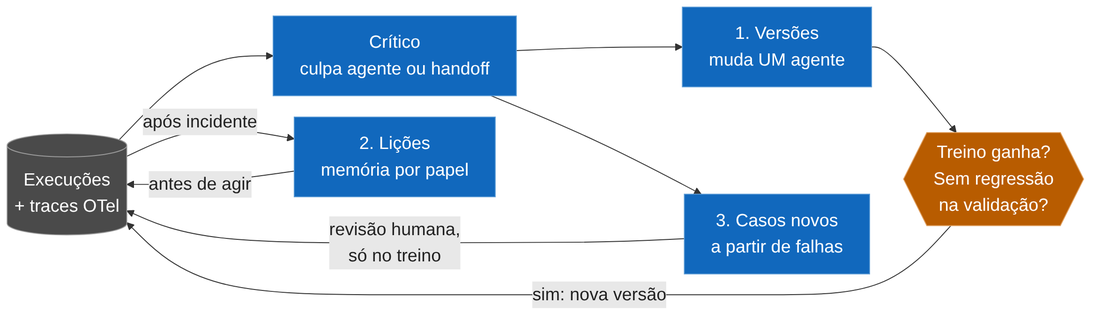
Above: projects/course-02-agentic-ai/presentation/diagrams/loops.png in joaoptpsa/gen-ai-course (Mermaid), before the change. Its source is kept beside it as projects/course-02-agentic-ai/presentation/diagrams/loops.mmd.
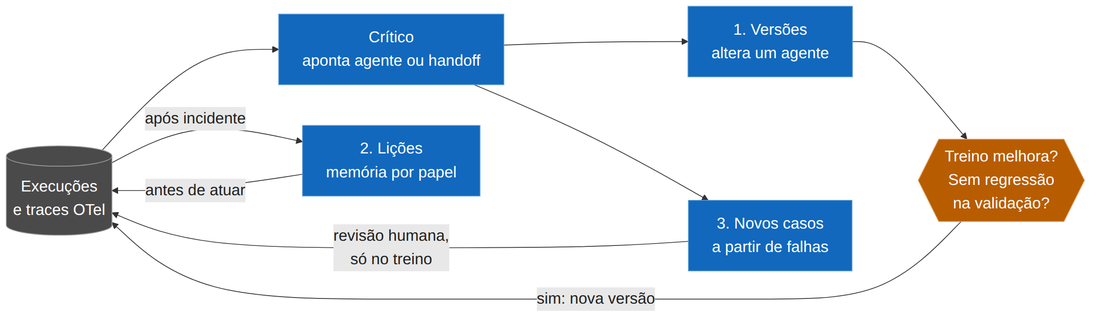
After the change.

What changed in the source:
```diff
@@ -10,23 +10,23 @@
     primaryTextColor: "#222222"
   flowchart:
     wrappingWidth: 260
-    nodeSpacing: 24
-    rankSpacing: 36
+    nodeSpacing: 52
+    rankSpacing: 84
 ---
 flowchart LR
-  runs[("Execuções<br/>+ traces OTel")]
-  critic["Crítico<br/>culpa agente ou handoff"]
-  versions["1. Versões<br/>muda UM agente"]
+  runs[("Execuções<br/>e traces OTel")]
+  critic["Crítico<br/>aponta agente ou handoff"]
+  versions["1. Versões<br/>altera um agente"]
   lessons["2. Lições<br/>memória por papel"]
-  cases["3. Casos novos<br/>a partir de falhas"]
-  gate{{"Treino ganha?<br/>Sem regressão<br/>na validação?"}}
+  cases["3. Novos casos<br/>a partir de falhas"]
+  gate{{"Treino melhora?<br/>Sem regressão<br/>na validação?"}}
 
   runs --> critic
   critic --> versions
   versions --> gate
   gate -->|"sim: nova versão"| runs
   runs -->|"após incidente"| lessons
-  lessons -->|"antes de agir"| runs
+  lessons -->|"antes de atuar"| runs
   critic --> cases
   cases -->|"revisão humana,<br/>só no treino"| runs
 
```
